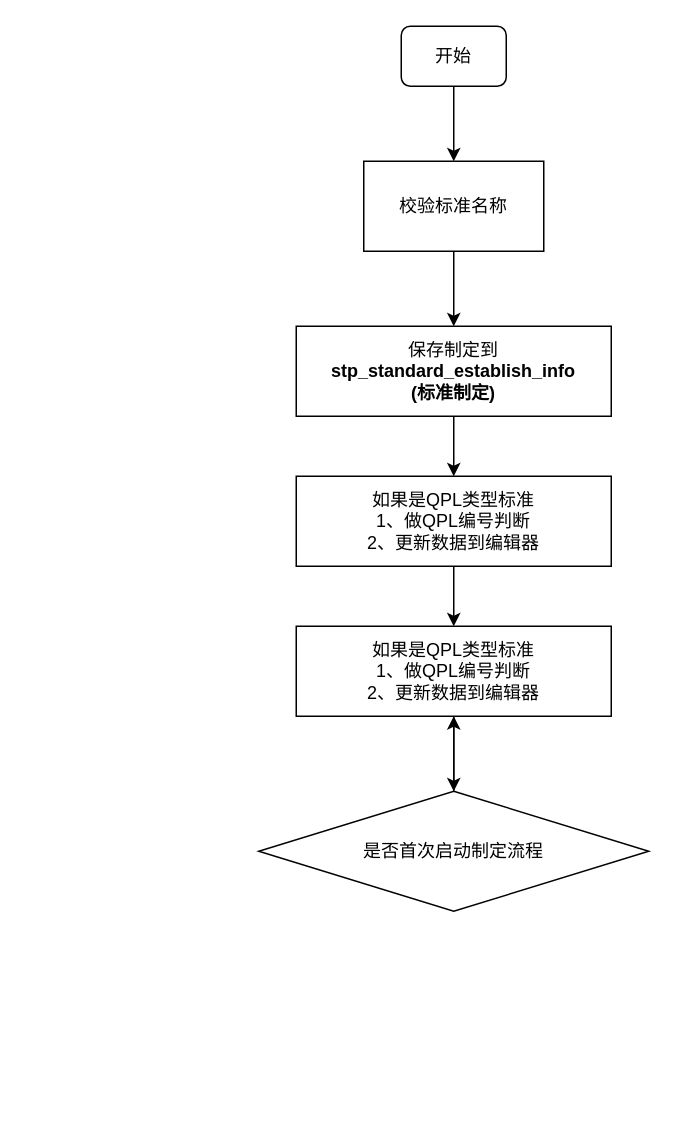
DemonHan/KuickBuy keeps this draw.io diagram as 标准化/流程图.drawio. Above is the earlier version. Source tidied: cells renumbered, new cells numbered last; positions are measured from the earlier drawing's top-left corner, leaving out a move shared by most shapes. Both pictures are drawn from the tidied source at 150%, with x=0, y=0 at pixel (258, 26).
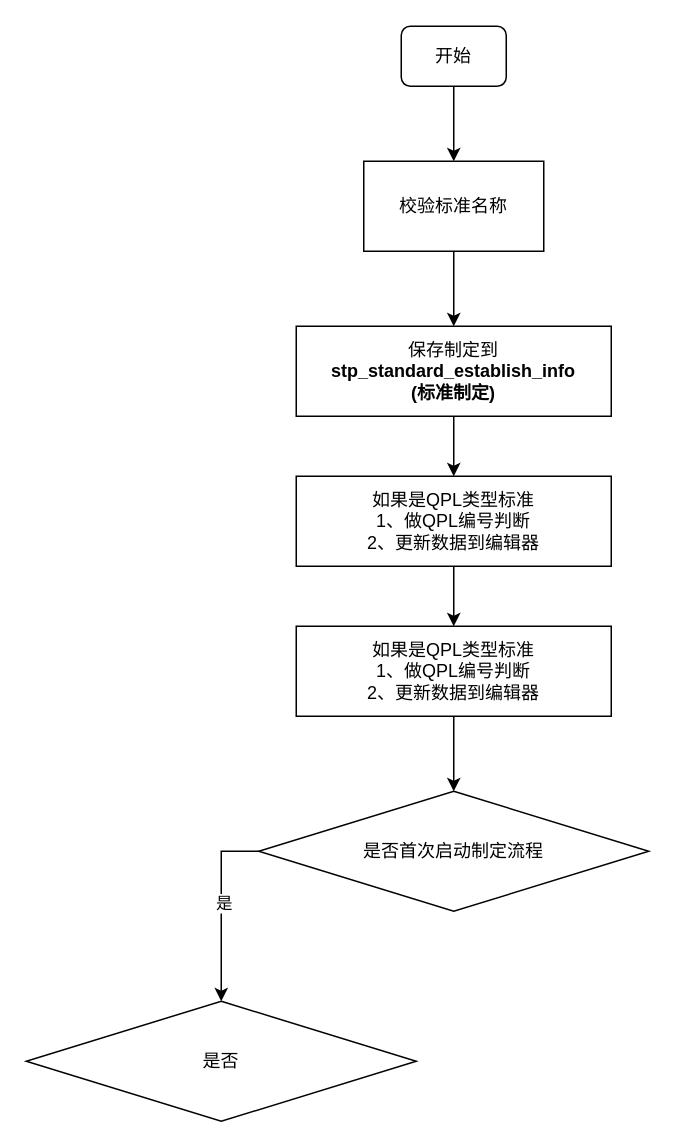
The same diagram, later.

Commit message (it also covers changes not shown here):
更新流程图.drawio

Change to the diagram source:
```diff
@@
 <mxGraphModel>
   <root>
     <mxCell id="0" />
     <mxCell id="1" parent="0" />
     <mxCell id="2" style="edgeStyle=orthogonalEdgeStyle;rounded=0;jettySize=auto;html=1;entryX=0.5;entryY=0;entryDx=0;entryDy=0;" parent="1" edge="1" source="3" target="5">
       <mxGeometry relative="1" as="geometry" />
     </mxCell>
     <mxCell id="3" value="开始" style="rounded=1;whiteSpace=wrap;html=1;" parent="1" vertex="1">
       <mxGeometry x="95" width="70" height="40" as="geometry" />
     </mxCell>
     <mxCell id="4" style="edgeStyle=orthogonalEdgeStyle;rounded=0;jettySize=auto;html=1;" parent="1" edge="1" source="5" target="7">
       <mxGeometry relative="1" as="geometry" />
     </mxCell>
     <mxCell id="5" value="校验标准名称" style="rounded=0;whiteSpace=wrap;html=1;" parent="1" vertex="1">
       <mxGeometry x="70" y="90" width="120" height="60" as="geometry" />
     </mxCell>
     <mxCell id="6" style="edgeStyle=orthogonalEdgeStyle;rounded=0;jettySize=auto;html=1;entryX=0.5;entryY=0;entryDx=0;entryDy=0;" parent="1" edge="1" source="7" target="9">
       <mxGeometry relative="1" as="geometry" />
     </mxCell>
     <mxCell id="7" value="保存制定到&lt;div&gt;&lt;span style=&quot;font-weight: 700; text-wrap: nowrap;&quot;&gt;stp_standard_establish_info&lt;/span&gt;&lt;br style=&quot;padding: 0px; margin: 0px; font-weight: 700; text-wrap: nowrap;&quot;&gt;&lt;span style=&quot;font-weight: 700; text-wrap: nowrap;&quot;&gt;(标准制定)&lt;/span&gt;&lt;br&gt;&lt;/div&gt;" style="rounded=0;whiteSpace=wrap;html=1;" parent="1" vertex="1">
       <mxGeometry x="25" y="200" width="210" height="60" as="geometry" />
     </mxCell>
     <mxCell id="8" style="edgeStyle=orthogonalEdgeStyle;rounded=0;jettySize=auto;html=1;entryX=0.5;entryY=0;entryDx=0;entryDy=0;" parent="1" edge="1" source="9" target="11">
       <mxGeometry relative="1" as="geometry" />
     </mxCell>
     <mxCell id="9" value="&lt;div&gt;如果是QPL类型标准&lt;/div&gt;&lt;div&gt;1、做QPL编号判断&lt;/div&gt;&lt;div&gt;2、更新数据到编辑器&lt;/div&gt;" style="rounded=0;whiteSpace=wrap;html=1;" parent="1" vertex="1">
       <mxGeometry x="25" y="300" width="210" height="60" as="geometry" />
     </mxCell>
     <mxCell id="10" style="edgeStyle=orthogonalEdgeStyle;rounded=0;jettySize=auto;html=1;entryX=0.5;entryY=0;entryDx=0;entryDy=0;" parent="1" edge="1" source="11">
       <mxGeometry relative="1" as="geometry">
         <mxPoint x="130" y="510" as="targetPoint" />
       </mxGeometry>
     </mxCell>
     <mxCell id="11" value="&lt;div&gt;如果是QPL类型标准&lt;/div&gt;&lt;div&gt;1、做QPL编号判断&lt;/div&gt;&lt;div&gt;2、更新数据到编辑器&lt;/div&gt;" style="rounded=0;whiteSpace=wrap;html=1;" parent="1" vertex="1">
       <mxGeometry x="25" y="400" width="210" height="60" as="geometry" />
     </mxCell>
-    <mxCell id="12" style="edgeStyle=orthogonalEdgeStyle;rounded=0;jettySize=auto;html=1;" parent="1" edge="1" source="13" target="11">
-      <mxGeometry relative="1" as="geometry" />
-    </mxCell>
+    <mxCell id="14" style="edgeStyle=orthogonalEdgeStyle;rounded=0;jettySize=auto;html=1;entryX=0.5;entryY=0;entryDx=0;entryDy=0;exitX=0;exitY=0.5;exitDx=0;exitDy=0;" parent="1" edge="1" source="13" target="16">
+      <mxGeometry relative="1" as="geometry" />
+    </mxCell>
+    <mxCell id="15" value="是" style="edgeLabel;html=1;align=center;verticalAlign=middle;" parent="14" vertex="1">
+      <mxGeometry x="-0.05" y="1" relative="1" as="geometry" />
+    </mxCell>
     <mxCell id="13" value="是否首次启动制定流程" style="rhombus;whiteSpace=wrap;html=1;" parent="1" vertex="1">
       <mxGeometry y="510" width="260" height="80" as="geometry" />
     </mxCell>
+    <mxCell id="16" value="是否" style="rhombus;whiteSpace=wrap;html=1;" parent="1" vertex="1">
+      <mxGeometry x="-155" y="650" width="260" height="80" as="geometry" />
+    </mxCell>
   </root>
 </mxGraphModel>
```
